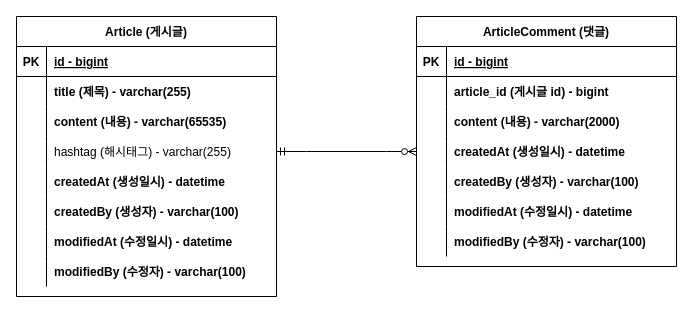
Before: document/제목 없는 다이어그램.drawio in ohy2525/spring-board, a draw.io diagram. Source tidied: cells renumbered, new cells numbered last; positions are measured from the earlier drawing's top-left corner, leaving out a move shared by most shapes. Both pictures are drawn from the tidied source at 100%, with x=0, y=0 at pixel (16, 16).
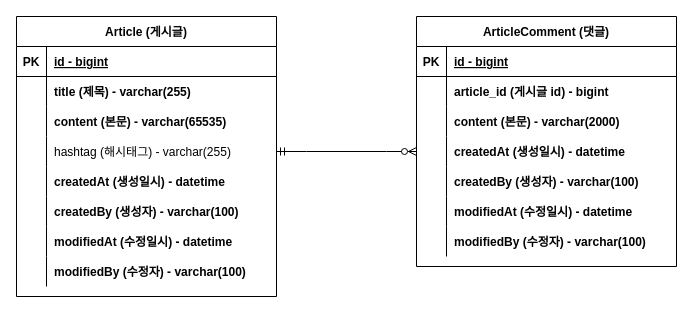
Above is the later version.

The change refers to these unchanged cells:
```xml
<mxCell id="9" style="shape=tableRow;horizontal=0;startSize=0;swimlaneHead=0;swimlaneBody=0;fillColor=none;top=0;left=0;right=0;bottom=0;" parent="2" vertex="1">
  <mxGeometry y="90" width="260" height="30" as="geometry" />
</mxCell>
<mxCell id="34" style="shape=tableRow;horizontal=0;startSize=0;swimlaneHead=0;swimlaneBody=0;fillColor=none;top=0;left=0;right=0;bottom=0;" parent="27" vertex="1">
  <mxGeometry y="90" width="260" height="30" as="geometry" />
</mxCell>
```

Change to the diagram source:
```diff
@@
-    <mxCell id="11" value="content (내용) - varchar(65535)" style="shape=partialRectangle;fillColor=none;top=0;left=0;bottom=0;right=0;align=left;spacingLeft=6;overflow=hidden;fontStyle=1;" parent="9" vertex="1">
+    <mxCell id="11" value="content (본문) - varchar(65535)" style="shape=partialRectangle;fillColor=none;top=0;left=0;bottom=0;right=0;align=left;spacingLeft=6;overflow=hidden;fontStyle=1;" parent="9" vertex="1">
       <mxGeometry x="30" width="230" height="30" as="geometry" />
     </mxCell>
@@
-    <mxCell id="36" value="content (내용) - varchar(2000)" style="shape=partialRectangle;fillColor=none;top=0;left=0;bottom=0;right=0;align=left;spacingLeft=6;overflow=hidden;fontStyle=1;" parent="34" vertex="1">
+    <mxCell id="36" value="content (본문) - varchar(2000)" style="shape=partialRectangle;fillColor=none;top=0;left=0;bottom=0;right=0;align=left;spacingLeft=6;overflow=hidden;fontStyle=1;" parent="34" vertex="1">
       <mxGeometry x="30" width="230" height="30" as="geometry" />
     </mxCell>
```
